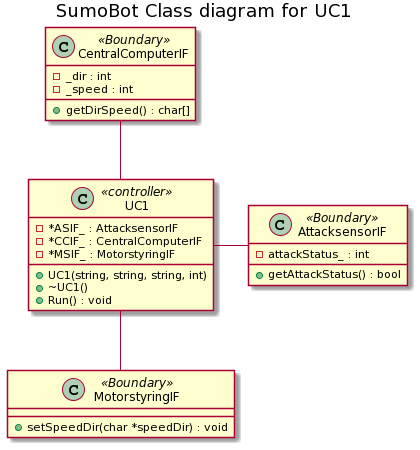
Earlier version of the PlantUML export Diagrammer/SumoBot/Classdiagram/SumoBot_ClassDiagram/SumoBot Class diagram for UC1.png (Solvgraa-mager/E3PRJ3).
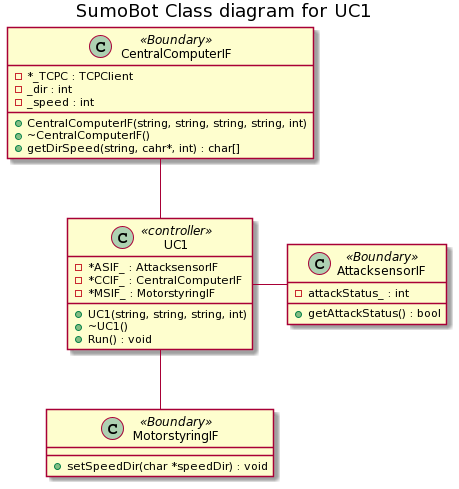
Later version of the same file.

Commit message:
class diagram update

Change to the diagram source:
```diff
@@ -20,9 +20,12 @@
     +setSpeedDir(char *speedDir) : void
 }
 class CentralComputerIF <<Boundary>>{
+    -*_TCPC : TCPClient
     -_dir : int
     -_speed : int
-    +getDirSpeed() : char[]
+    +CentralComputerIF(string, string, string, string, int)
+    +~CentralComputerIF()
+    +getDirSpeed(string, cahr*, int) : char[]
 }
 
 CentralComputerIF -- UC1
```
